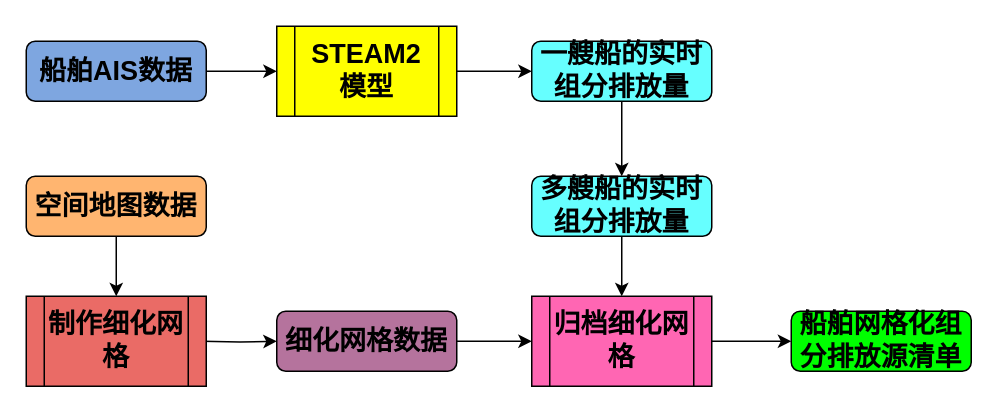
Earlier version of the draw.io diagram 船舶排放清单.drawio (WienWong/Misc). Source tidied: cells renumbered, new cells numbered last; positions are measured from the earlier drawing's top-left corner, leaving out a move shared by most shapes. Both pictures are drawn from the tidied source at 150%, with x=0, y=0 at pixel (26, 26).
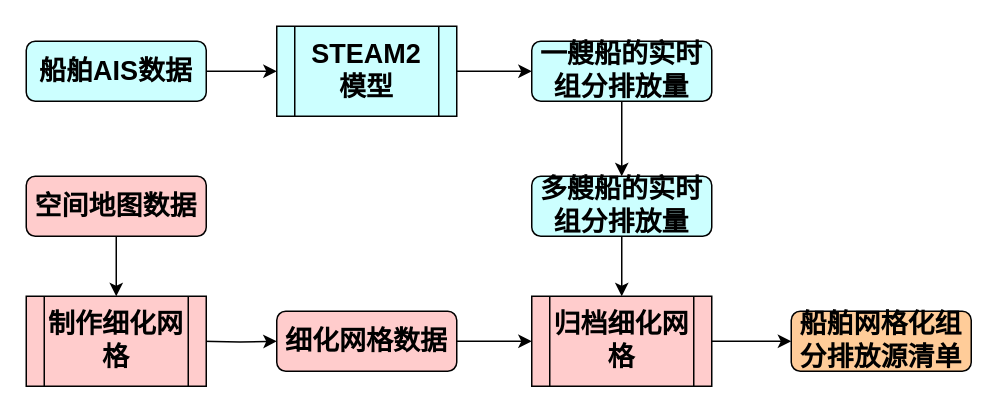
After the change.

Commit message:
Update 船舶排放清单.drawio

Diff of the diagram source:
```diff
@@
 <mxGraphModel>
   <root>
     <mxCell id="0" />
     <mxCell id="1" parent="0" />
     <mxCell id="2" style="edgeStyle=orthogonalEdgeStyle;rounded=0;jettySize=auto;html=1;exitX=1;exitY=0.5;exitDx=0;exitDy=0;entryX=0;entryY=0.5;entryDx=0;entryDy=0;" parent="1" edge="1" target="7">
       <mxGeometry relative="1" as="geometry">
         <mxPoint x="117" y="210" as="sourcePoint" />
       </mxGeometry>
     </mxCell>
     <mxCell id="3" style="edgeStyle=orthogonalEdgeStyle;rounded=0;jettySize=auto;html=1;exitX=0.5;exitY=1;exitDx=0;exitDy=0;entryX=0.5;entryY=0;entryDx=0;entryDy=0;" parent="1" edge="1" source="4" target="9">
       <mxGeometry relative="1" as="geometry" />
     </mxCell>
-    <mxCell id="4" value="&lt;font style=&quot;font-size: 18px&quot;&gt;&lt;b&gt;一艘船的实时组分排放量&lt;/b&gt;&lt;/font&gt;" style="rounded=1;whiteSpace=wrap;html=1;fontSize=12;glass=0;strokeWidth=1;shadow=0;fillColor=#66FFFF;" parent="1" vertex="1">
+    <mxCell id="4" value="&lt;font style=&quot;font-size: 18px&quot;&gt;&lt;b&gt;一艘船的实时组分排放量&lt;/b&gt;&lt;/font&gt;" style="rounded=1;whiteSpace=wrap;html=1;fontSize=12;glass=0;strokeWidth=1;shadow=0;fillColor=#CCFFFF;" parent="1" vertex="1">
       <mxGeometry x="337" y="10" width="120" height="40" as="geometry" />
     </mxCell>
-    <mxCell id="5" value="&lt;font style=&quot;font-size: 18px&quot;&gt;&lt;b&gt;船舶网格化组分排放源清单&lt;/b&gt;&lt;/font&gt;" style="rounded=1;whiteSpace=wrap;html=1;fontSize=12;glass=0;strokeWidth=1;shadow=0;fillColor=#00FF00;" parent="1" vertex="1">
+    <mxCell id="5" value="&lt;font style=&quot;font-size: 18px&quot;&gt;&lt;b&gt;船舶网格化组分排放源清单&lt;/b&gt;&lt;/font&gt;" style="rounded=1;whiteSpace=wrap;html=1;fontSize=12;glass=0;strokeWidth=1;shadow=0;fillColor=#FFCC99;" parent="1" vertex="1">
       <mxGeometry x="510" y="190" width="120" height="40" as="geometry" />
     </mxCell>
     <mxCell id="6" style="edgeStyle=orthogonalEdgeStyle;rounded=0;jettySize=auto;html=1;exitX=1;exitY=0.5;exitDx=0;exitDy=0;entryX=0;entryY=0.5;entryDx=0;entryDy=0;" parent="1" edge="1" source="7" target="18">
       <mxGeometry relative="1" as="geometry" />
     </mxCell>
-    <mxCell id="7" value="&lt;font style=&quot;font-size: 18px&quot;&gt;&lt;b&gt;细化网格数据&lt;/b&gt;&lt;/font&gt;" style="rounded=1;whiteSpace=wrap;html=1;fontSize=12;glass=0;strokeWidth=1;shadow=0;fillColor=#B5739D;" parent="1" vertex="1">
+    <mxCell id="7" value="&lt;font style=&quot;font-size: 18px&quot;&gt;&lt;b&gt;细化网格数据&lt;/b&gt;&lt;/font&gt;" style="rounded=1;whiteSpace=wrap;html=1;fontSize=12;glass=0;strokeWidth=1;shadow=0;fillColor=#FFCCCC;" parent="1" vertex="1">
       <mxGeometry x="167" y="190" width="120" height="40" as="geometry" />
     </mxCell>
     <mxCell id="8" style="edgeStyle=orthogonalEdgeStyle;rounded=0;jettySize=auto;html=1;exitX=0.5;exitY=1;exitDx=0;exitDy=0;entryX=0.5;entryY=0;entryDx=0;entryDy=0;" parent="1" edge="1" source="9" target="18">
       <mxGeometry relative="1" as="geometry" />
     </mxCell>
-    <mxCell id="9" value="&lt;font style=&quot;font-size: 18px&quot;&gt;&lt;b&gt;多艘船的实时组分排放量&lt;/b&gt;&lt;/font&gt;" style="rounded=1;whiteSpace=wrap;html=1;fontSize=12;glass=0;strokeWidth=1;shadow=0;fillColor=#66FFFF;" parent="1" vertex="1">
+    <mxCell id="9" value="&lt;font style=&quot;font-size: 18px&quot;&gt;&lt;b&gt;多艘船的实时组分排放量&lt;/b&gt;&lt;/font&gt;" style="rounded=1;whiteSpace=wrap;html=1;fontSize=12;glass=0;strokeWidth=1;shadow=0;fillColor=#CCFFFF;" parent="1" vertex="1">
       <mxGeometry x="337" y="100" width="120" height="40" as="geometry" />
     </mxCell>
     <mxCell id="10" style="edgeStyle=orthogonalEdgeStyle;rounded=0;jettySize=auto;html=1;exitX=1;exitY=0.5;exitDx=0;exitDy=0;entryX=0;entryY=0.5;entryDx=0;entryDy=0;" parent="1" edge="1" source="11" target="16">
       <mxGeometry relative="1" as="geometry" />
     </mxCell>
-    <mxCell id="11" value="&lt;font style=&quot;font-size: 18px&quot;&gt;&lt;b&gt;船舶AIS数据&lt;/b&gt;&lt;/font&gt;" style="rounded=1;whiteSpace=wrap;html=1;fontSize=12;glass=0;strokeWidth=1;shadow=0;fillColor=#7EA6E0;" parent="1" vertex="1">
+    <mxCell id="11" value="&lt;font style=&quot;font-size: 18px&quot;&gt;&lt;b&gt;船舶AIS数据&lt;/b&gt;&lt;/font&gt;" style="rounded=1;whiteSpace=wrap;html=1;fontSize=12;glass=0;strokeWidth=1;shadow=0;fillColor=#CCFFFF;" parent="1" vertex="1">
       <mxGeometry y="10" width="120" height="40" as="geometry" />
     </mxCell>
-    <mxCell id="12" value="&lt;font style=&quot;font-size: 18px&quot;&gt;&lt;b&gt;制作细化网格&lt;/b&gt;&lt;/font&gt;" style="shape=process;whiteSpace=wrap;html=1;backgroundOutline=1;fillColor=#EA6B66;" parent="1" vertex="1">
+    <mxCell id="12" value="&lt;font style=&quot;font-size: 18px&quot;&gt;&lt;b&gt;制作细化网格&lt;/b&gt;&lt;/font&gt;" style="shape=process;whiteSpace=wrap;html=1;backgroundOutline=1;fillColor=#FFCCCC;" parent="1" vertex="1">
       <mxGeometry y="180" width="120" height="60" as="geometry" />
     </mxCell>
     <mxCell id="13" style="edgeStyle=orthogonalEdgeStyle;rounded=0;jettySize=auto;html=1;exitX=0.5;exitY=1;exitDx=0;exitDy=0;" parent="1" edge="1" source="14" target="12">
       <mxGeometry relative="1" as="geometry" />
     </mxCell>
-    <mxCell id="14" value="&lt;font style=&quot;font-size: 18px&quot;&gt;&lt;b&gt;空间地图数据&lt;/b&gt;&lt;/font&gt;" style="rounded=1;whiteSpace=wrap;html=1;fontSize=12;glass=0;strokeWidth=1;shadow=0;fillColor=#FFB570;" parent="1" vertex="1">
+    <mxCell id="14" value="&lt;font style=&quot;font-size: 18px&quot;&gt;&lt;b&gt;空间地图数据&lt;/b&gt;&lt;/font&gt;" style="rounded=1;whiteSpace=wrap;html=1;fontSize=12;glass=0;strokeWidth=1;shadow=0;fillColor=#FFCCCC;" parent="1" vertex="1">
       <mxGeometry y="100" width="120" height="40" as="geometry" />
     </mxCell>
     <mxCell id="15" style="edgeStyle=orthogonalEdgeStyle;rounded=0;jettySize=auto;html=1;exitX=1;exitY=0.5;exitDx=0;exitDy=0;" parent="1" edge="1" source="16" target="4">
       <mxGeometry relative="1" as="geometry" />
     </mxCell>
-    <mxCell id="16" value="&lt;b style=&quot;font-size: 18px&quot;&gt;STEAM2&lt;br&gt;模型&lt;/b&gt;" style="shape=process;whiteSpace=wrap;html=1;backgroundOutline=1;fillColor=#FFFF00;" parent="1" vertex="1">
+    <mxCell id="16" value="&lt;b style=&quot;font-size: 18px&quot;&gt;STEAM2&lt;br&gt;模型&lt;/b&gt;" style="shape=process;whiteSpace=wrap;html=1;backgroundOutline=1;fillColor=#CCFFFF;" parent="1" vertex="1">
       <mxGeometry x="167" width="120" height="60" as="geometry" />
     </mxCell>
     <mxCell id="17" style="edgeStyle=orthogonalEdgeStyle;rounded=0;jettySize=auto;html=1;exitX=1;exitY=0.5;exitDx=0;exitDy=0;entryX=0;entryY=0.5;entryDx=0;entryDy=0;" parent="1" edge="1" source="18" target="5">
       <mxGeometry relative="1" as="geometry" />
     </mxCell>
-    <mxCell id="18" value="&lt;b style=&quot;font-size: 18px&quot;&gt;归档细化网格&lt;/b&gt;" style="shape=process;whiteSpace=wrap;html=1;backgroundOutline=1;fillColor=#FF66B3;" parent="1" vertex="1">
+    <mxCell id="18" value="&lt;b style=&quot;font-size: 18px&quot;&gt;归档细化网格&lt;/b&gt;" style="shape=process;whiteSpace=wrap;html=1;backgroundOutline=1;fillColor=#FFCCCC;" parent="1" vertex="1">
       <mxGeometry x="337" y="180" width="120" height="60" as="geometry" />
     </mxCell>
   </root>
 </mxGraphModel>
```
